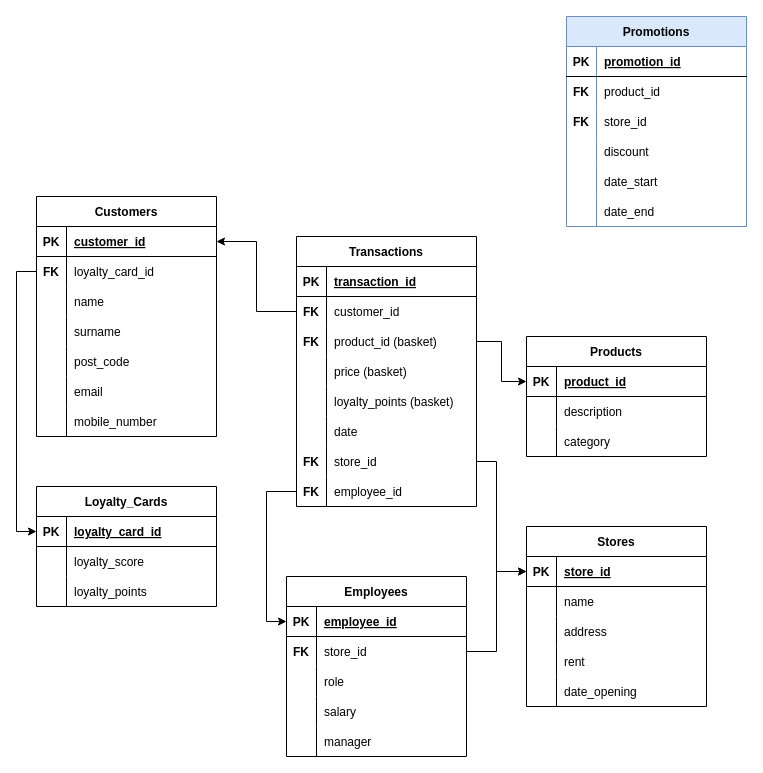
javi-arr/snowflake_exercise keeps this draw.io diagram as Untitled Diagram.drawio. Above is the earlier version. Source tidied: cells renumbered, new cells numbered last; positions are measured from the earlier drawing's top-left corner, leaving out a move shared by most shapes. Both pictures are drawn from the tidied source at 100%, with x=0, y=0 at pixel (36, 16).
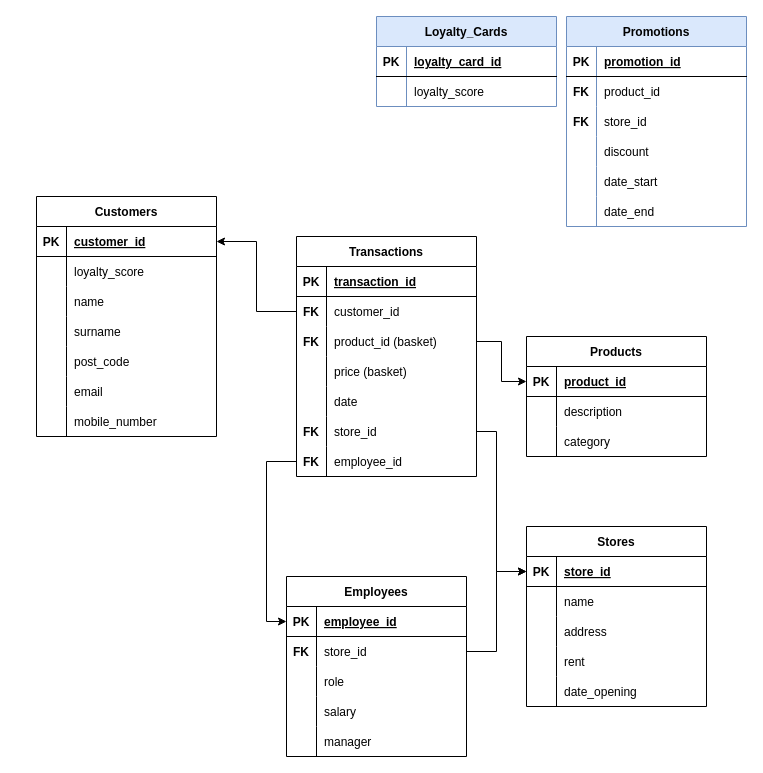
The same page after the edit.

Unchanged cells that the change refers to:
```xml
<mxCell id="6" style="shape=tableRow;horizontal=0;startSize=0;swimlaneHead=0;swimlaneBody=0;fillColor=none;points=[[0,0.5],[1,0.5]];portConstraint=eastwest;top=0;left=0;right=0;bottom=0;" parent="2" vertex="1">
  <mxGeometry y="60" width="180" height="30" as="geometry" />
</mxCell>
<mxCell id="62" style="shape=tableRow;horizontal=0;startSize=0;swimlaneHead=0;swimlaneBody=0;fillColor=none;points=[[0,0.5],[1,0.5]];portConstraint=eastwest;top=0;left=0;right=0;bottom=1;" parent="61" vertex="1">
  <mxGeometry y="30" width="180" height="30" as="geometry" />
</mxCell>
<mxCell id="77" style="shape=tableRow;horizontal=0;startSize=0;swimlaneHead=0;swimlaneBody=0;fillColor=none;points=[[0,0.5],[1,0.5]];portConstraint=eastwest;top=0;left=0;right=0;bottom=0;" parent="73" vertex="1">
  <mxGeometry y="60" width="180" height="30" as="geometry" />
</mxCell>
<mxCell id="90" style="shape=tableRow;horizontal=0;startSize=0;swimlaneHead=0;swimlaneBody=0;fillColor=none;points=[[0,0.5],[1,0.5]];portConstraint=eastwest;top=0;left=0;right=0;bottom=1;" parent="89" vertex="1">
  <mxGeometry y="30" width="180" height="30" as="geometry" />
</mxCell>
```

The edit, as a diff of the source:
```diff
@@
-    <mxCell id="7" value="FK" style="shape=partialRectangle;fillColor=none;top=0;left=0;bottom=0;right=0;overflow=hidden;fontStyle=1;" parent="6" vertex="1">
+    <mxCell id="7" style="shape=partialRectangle;fillColor=none;top=0;left=0;bottom=0;right=0;overflow=hidden;fontStyle=1;" parent="6" vertex="1">
       <mxGeometry width="30" height="30" as="geometry" />
     </mxCell>
-    <mxCell id="8" value="loyalty_card_id" style="shape=partialRectangle;fillColor=none;top=0;left=0;bottom=0;right=0;align=left;spacingLeft=6;overflow=hidden;" parent="6" vertex="1">
+    <mxCell id="8" value="loyalty_score" style="shape=partialRectangle;fillColor=none;top=0;left=0;bottom=0;right=0;align=left;spacingLeft=6;overflow=hidden;" parent="6" vertex="1">
       <mxGeometry x="30" width="150" height="30" as="geometry" />
     </mxCell>
@@
     <mxCell id="24" value="Transactions" style="shape=table;startSize=30;childLayout=tableLayout;rowLines=0;fontStyle=1;align=center;" parent="1" vertex="1">
-      <mxGeometry x="260" y="220" width="180" height="270" as="geometry" />
+      <mxGeometry x="260" y="220" width="180" height="240" as="geometry" />
     </mxCell>
@@
-    <mxCell id="37" style="shape=tableRow;horizontal=0;startSize=0;swimlaneHead=0;swimlaneBody=0;fillColor=none;top=0;left=0;right=0;bottom=0;" parent="24" vertex="1">
-      <mxGeometry y="150" width="180" height="30" as="geometry" />
-    </mxCell>
-    <mxCell id="38" style="shape=partialRectangle;fillColor=none;top=0;left=0;bottom=0;right=0;overflow=hidden;fontStyle=1;" parent="37" vertex="1">
-      <mxGeometry width="30" height="30" as="geometry" />
-    </mxCell>
-    <mxCell id="39" value="loyalty_points (basket)" style="shape=partialRectangle;fillColor=none;top=0;left=0;bottom=0;right=0;align=left;spacingLeft=6;overflow=hidden;" parent="37" vertex="1">
-      <mxGeometry x="30" width="150" height="30" as="geometry" />
-    </mxCell>
     <mxCell id="40" style="shape=tableRow;horizontal=0;startSize=0;swimlaneHead=0;swimlaneBody=0;fillColor=none;top=0;left=0;right=0;bottom=0;" parent="24" vertex="1">
-      <mxGeometry y="180" width="180" height="30" as="geometry" />
+      <mxGeometry y="150" width="180" height="30" as="geometry" />
     </mxCell>
@@
     <mxCell id="43" style="shape=tableRow;horizontal=0;startSize=0;swimlaneHead=0;swimlaneBody=0;fillColor=none;points=[[0,0.5],[1,0.5]];portConstraint=eastwest;top=0;left=0;right=0;bottom=0;" parent="24" vertex="1">
-      <mxGeometry y="210" width="180" height="30" as="geometry" />
+      <mxGeometry y="180" width="180" height="30" as="geometry" />
     </mxCell>
@@
     <mxCell id="46" style="shape=tableRow;horizontal=0;startSize=0;swimlaneHead=0;swimlaneBody=0;fillColor=none;points=[[0,0.5],[1,0.5]];portConstraint=eastwest;top=0;left=0;right=0;bottom=0;" parent="24" vertex="1">
-      <mxGeometry y="240" width="180" height="30" as="geometry" />
+      <mxGeometry y="210" width="180" height="30" as="geometry" />
     </mxCell>
@@
-    <mxCell id="61" value="Loyalty_Cards" style="shape=table;startSize=30;childLayout=tableLayout;rowLines=0;fontStyle=1;align=center;" parent="1" vertex="1">
-      <mxGeometry y="470" width="180" height="120" as="geometry" />
+    <mxCell id="61" value="Loyalty_Cards" style="shape=table;startSize=30;childLayout=tableLayout;rowLines=0;fontStyle=1;align=center;fillColor=#dae8fc;strokeColor=#6c8ebf;" parent="1" vertex="1">
+      <mxGeometry x="340" width="180" height="90" as="geometry" />
     </mxCell>
@@
-    <mxCell id="68" style="shape=tableRow;horizontal=0;startSize=0;swimlaneHead=0;swimlaneBody=0;fillColor=none;top=0;left=0;right=0;bottom=0;" parent="61" vertex="1">
-      <mxGeometry y="90" width="180" height="30" as="geometry" />
-    </mxCell>
-    <mxCell id="69" style="shape=partialRectangle;fillColor=none;top=0;left=0;bottom=0;right=0;overflow=hidden;fontStyle=1;" parent="68" vertex="1">
-      <mxGeometry width="30" height="30" as="geometry" />
-    </mxCell>
-    <mxCell id="70" value="loyalty_points" style="shape=partialRectangle;fillColor=none;top=0;left=0;bottom=0;right=0;align=left;spacingLeft=6;overflow=hidden;" parent="68" vertex="1">
-      <mxGeometry x="30" width="150" height="30" as="geometry" />
-    </mxCell>
@@
-    <mxCell id="105" style="edgeStyle=orthogonalEdgeStyle;rounded=0;jettySize=auto;html=1;entryX=0;entryY=0.5;entryDx=0;entryDy=0;" parent="1" edge="1" source="6" target="62">
-      <mxGeometry relative="1" as="geometry" />
-    </mxCell>
-    <mxCell id="106" style="edgeStyle=orthogonalEdgeStyle;rounded=0;jettySize=auto;html=1;entryX=0;entryY=0.5;entryDx=0;entryDy=0;" parent="1" edge="1" source="43" target="90">
-      <mxGeometry relative="1" as="geometry">
-        <Array as="points">
-          <mxPoint x="460" y="445" />
-          <mxPoint x="460" y="555" />
-        </Array>
-      </mxGeometry>
-    </mxCell>
@@
     <mxCell id="108" style="edgeStyle=orthogonalEdgeStyle;rounded=0;jettySize=auto;html=1;" parent="1" edge="1" source="77" target="90">
-      <mxGeometry relative="1" as="geometry" />
+      <mxGeometry relative="1" as="geometry">
+        <Array as="points">
+          <mxPoint x="460" y="635" />
+          <mxPoint x="460" y="555" />
+        </Array>
+      </mxGeometry>
     </mxCell>
@@
+    <mxCell id="106" style="edgeStyle=orthogonalEdgeStyle;rounded=0;jettySize=auto;html=1;" parent="1" edge="1" source="43" target="90">
+      <mxGeometry relative="1" as="geometry">
+        <Array as="points">
+          <mxPoint x="460" y="415" />
+          <mxPoint x="460" y="555" />
+        </Array>
+      </mxGeometry>
+    </mxCell>
```
